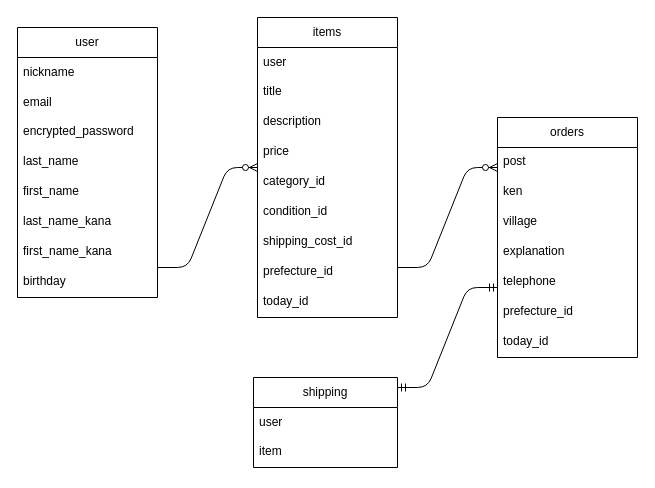
Before: furima.dio in 20230824/furima-39867, a draw.io diagram. Source tidied: cells renumbered, new cells numbered last; positions are measured from the earlier drawing's top-left corner, leaving out a move shared by most shapes. Both pictures are drawn from the tidied source at 100%, with x=0, y=0 at pixel (17, 17).
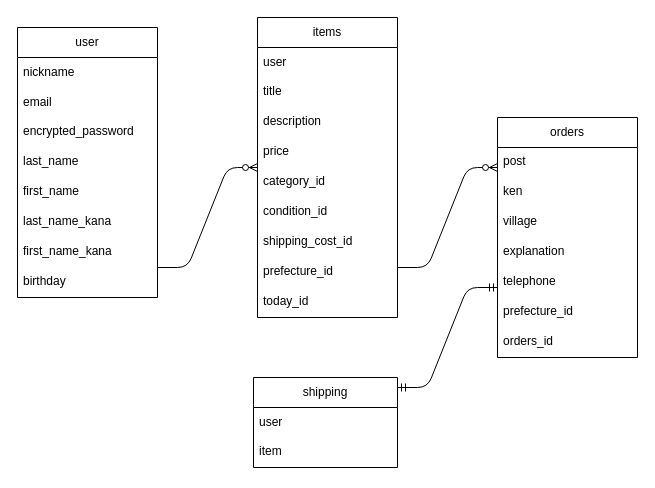
After the change.

Commit message (it also covers changes not shown here):
データベース設計、修正

The change refers to these unchanged cells:
```xml
<mxCell id="24" value="orders" style="swimlane;fontStyle=0;horizontal=1;startSize=30;whiteSpace=wrap;html=1;" parent="1" vertex="1">
  <mxGeometry x="480" y="100" width="140" height="240" as="geometry" />
</mxCell>
```

What changed in the source:
```diff
@@
-    <mxCell id="31" value="today_id" style="text;strokeColor=none;fillColor=none;spacingLeft=4;spacingRight=4;overflow=hidden;fontSize=12;" parent="24" vertex="1">
+    <mxCell id="31" value="orders_id" style="text;strokeColor=none;fillColor=none;spacingLeft=4;spacingRight=4;overflow=hidden;fontSize=12;" parent="24" vertex="1">
       <mxGeometry y="210" width="140" height="30" as="geometry" />
     </mxCell>
```
